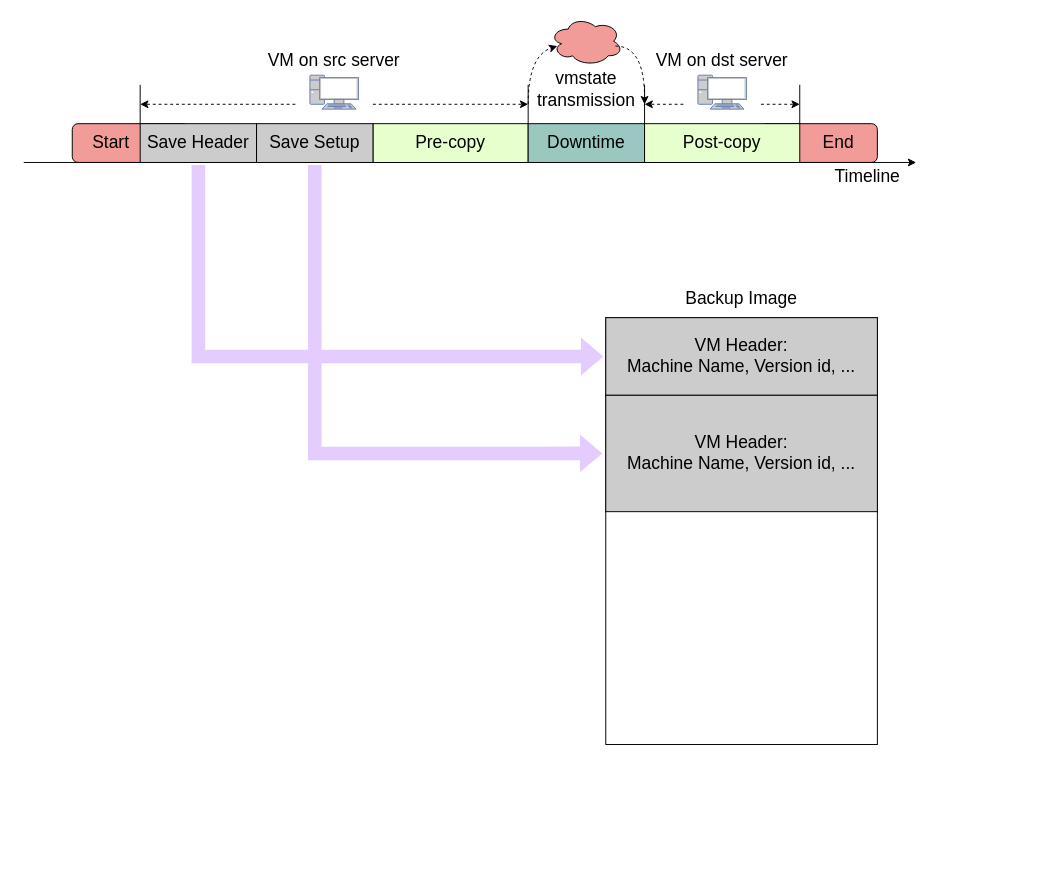
The draw.io diagram qemu-migration/final/backup img + replay.drawio in xuyizhe1999/drawio, before the edit. Source tidied: cells renumbered, new cells numbered last; positions are measured from the earlier drawing's top-left corner, leaving out a move shared by most shapes. Both pictures are drawn from the tidied source at 97%, with x=0, y=0 at pixel (23, 16).
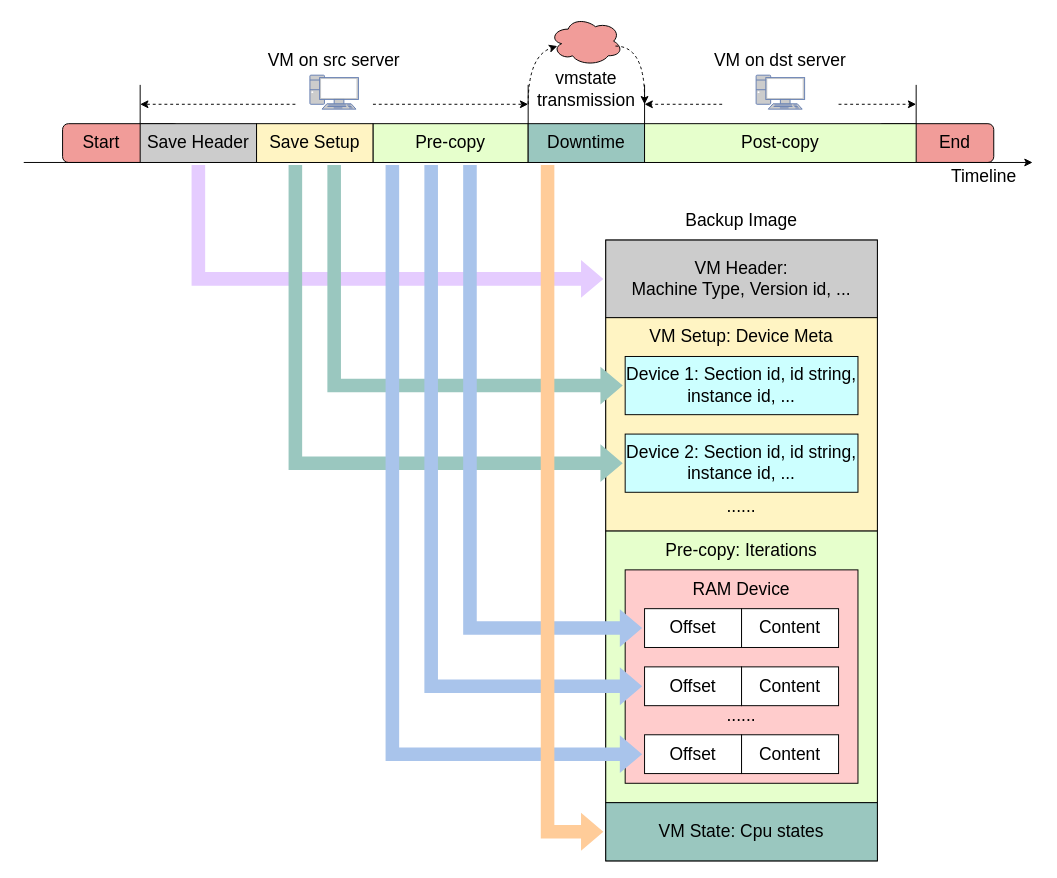
The same diagram, later.

Unchanged cells that the change refers to:
```xml
<mxCell id="7" value="Pre-copy" style="rounded=0;whiteSpace=wrap;html=1;fontSize=18;fillColor=#E6FFCC;" parent="1" vertex="1">
  <mxGeometry x="360" y="110" width="160" height="40" as="geometry" />
</mxCell>
```

What changed in the source:
```diff
@@
     <mxCell id="2" style="rounded=0;whiteSpace=wrap;html=1;" parent="1" vertex="1">
-      <mxGeometry x="600" y="310" width="280" height="440" as="geometry" />
+      <mxGeometry x="600" y="230" width="280" height="640" as="geometry" />
     </mxCell>
     <mxCell id="3" style="rounded=1;whiteSpace=wrap;html=1;fontSize=18;fillColor=#F19C99;" parent="1" vertex="1">
-      <mxGeometry x="760" y="110" width="120" height="40" as="geometry" />
+      <mxGeometry x="880" y="110" width="120" height="40" as="geometry" />
     </mxCell>
     <mxCell id="4" style="rounded=1;whiteSpace=wrap;html=1;fillColor=#F19C99;" parent="1" vertex="1">
-      <mxGeometry x="50" y="110" width="120" height="40" as="geometry" />
+      <mxGeometry x="40" y="110" width="120" height="40" as="geometry" />
     </mxCell>
     <mxCell id="5" value="&lt;font style=&quot;font-size: 18px;&quot;&gt;Start&lt;/font&gt;" style="text;html=1;strokeColor=none;fillColor=none;align=center;verticalAlign=middle;whiteSpace=wrap;rounded=0;" parent="1" vertex="1">
-      <mxGeometry x="60" y="115" width="60" height="30" as="geometry" />
+      <mxGeometry x="50" y="115" width="60" height="30" as="geometry" />
     </mxCell>
     <mxCell id="6" style="endArrow=classic;html=1;rounded=0;fontSize=18;" parent="1" edge="1">
       <mxGeometry relative="1" as="geometry">
         <mxPoint y="150" as="sourcePoint" />
-        <mxPoint x="920" y="150" as="targetPoint" />
+        <mxPoint x="1040" y="150" as="targetPoint" />
       </mxGeometry>
     </mxCell>
@@
     <mxCell id="9" value="Post-copy" style="rounded=0;whiteSpace=wrap;html=1;fontSize=18;fillColor=#E6FFCC;" parent="1" vertex="1">
-      <mxGeometry x="640" y="110" width="160" height="40" as="geometry" />
+      <mxGeometry x="640" y="110" width="280" height="40" as="geometry" />
     </mxCell>
     <mxCell id="10" value="&lt;font style=&quot;font-size: 18px;&quot;&gt;End&lt;/font&gt;" style="text;html=1;strokeColor=none;fillColor=none;align=center;verticalAlign=middle;whiteSpace=wrap;rounded=0;" parent="1" vertex="1">
-      <mxGeometry x="810" y="115" width="60" height="30" as="geometry" />
+      <mxGeometry x="930" y="115" width="60" height="30" as="geometry" />
     </mxCell>
     <mxCell id="11" value="Timeline" style="text;html=1;strokeColor=none;fillColor=none;align=center;verticalAlign=middle;whiteSpace=wrap;rounded=0;fontSize=18;" parent="1" vertex="1">
-      <mxGeometry x="820" y="150" width="100" height="30" as="geometry" />
+      <mxGeometry x="940" y="150" width="100" height="30" as="geometry" />
     </mxCell>
@@
     <mxCell id="19" style="endArrow=none;html=1;rounded=0;fontSize=18;" parent="1" edge="1">
       <mxGeometry relative="1" as="geometry">
-        <mxPoint x="800" y="110" as="sourcePoint" />
-        <mxPoint x="800" y="70" as="targetPoint" />
+        <mxPoint x="920" y="110" as="sourcePoint" />
+        <mxPoint x="920" y="70" as="targetPoint" />
       </mxGeometry>
     </mxCell>
     <mxCell id="20" style="fontColor=#0066CC;verticalAlign=top;verticalLabelPosition=bottom;labelPosition=center;align=center;html=1;fillColor=#CCCCCC;strokeColor=#6881B3;gradientColor=none;gradientDirection=north;strokeWidth=2;shape=mxgraph.networks.pc;fontSize=18;" parent="1" vertex="1">
-      <mxGeometry x="695" y="60" width="50" height="35" as="geometry" />
+      <mxGeometry x="755" y="60" width="50" height="35" as="geometry" />
     </mxCell>
     <mxCell id="21" style="endArrow=classic;html=1;rounded=0;fontSize=18;dashed=1;" parent="1" edge="1">
       <mxGeometry relative="1" as="geometry">
-        <mxPoint x="680" y="90" as="sourcePoint" />
+        <mxPoint x="720" y="90" as="sourcePoint" />
         <mxPoint x="640" y="90" as="targetPoint" />
       </mxGeometry>
     </mxCell>
     <mxCell id="22" style="endArrow=classic;html=1;rounded=0;fontSize=18;dashed=1;" parent="1" edge="1">
       <mxGeometry relative="1" as="geometry">
-        <mxPoint x="760" y="90" as="sourcePoint" />
-        <mxPoint x="800" y="90" as="targetPoint" />
+        <mxPoint x="840" y="90" as="sourcePoint" />
+        <mxPoint x="920" y="90" as="targetPoint" />
       </mxGeometry>
     </mxCell>
     <mxCell id="23" value="VM on dst server" style="text;html=1;strokeColor=none;fillColor=none;align=center;verticalAlign=middle;whiteSpace=wrap;rounded=0;fontSize=18;" parent="1" vertex="1">
-      <mxGeometry x="640" y="30" width="160" height="30" as="geometry" />
+      <mxGeometry x="700" y="30" width="160" height="30" as="geometry" />
     </mxCell>
@@
-    <mxCell id="29" value="Save Setup" style="rounded=0;whiteSpace=wrap;html=1;fontSize=18;fillColor=#CCCCCC;" parent="1" vertex="1">
+    <mxCell id="29" value="Save Setup" style="rounded=0;whiteSpace=wrap;html=1;fontSize=18;fillColor=#FFF4C3;" parent="1" vertex="1">
       <mxGeometry x="240" y="110" width="120" height="40" as="geometry" />
     </mxCell>
     <mxCell id="30" value="Backup Image" style="text;html=1;strokeColor=none;fillColor=none;align=center;verticalAlign=middle;whiteSpace=wrap;rounded=0;fontSize=18;" parent="1" vertex="1">
-      <mxGeometry x="660" y="270" width="160" height="40" as="geometry" />
+      <mxGeometry x="660" y="190" width="160" height="40" as="geometry" />
     </mxCell>
     <mxCell id="31" style="shape=flexArrow;endArrow=classic;html=1;rounded=0;entryX=0;entryY=0.5;entryDx=0;entryDy=0;strokeColor=none;fillColor=#E5CCFF;strokeWidth=5;" parent="1" edge="1" target="32">
       <mxGeometry relative="1" as="geometry">
         <mxPoint x="180" y="150" as="sourcePoint" />
         <Array as="points">
-          <mxPoint x="180" y="350" />
+          <mxPoint x="180" y="270" />
         </Array>
       </mxGeometry>
     </mxCell>
-    <mxCell id="32" value="&lt;font style=&quot;font-size: 18px;&quot;&gt;VM Header:&lt;br&gt;Machine Name, Version id, ...&lt;/font&gt;" style="rounded=0;whiteSpace=wrap;html=1;fillColor=#CCCCCC;" parent="1" vertex="1">
-      <mxGeometry x="600" y="310" width="280" height="80" as="geometry" />
+    <mxCell id="32" value="&lt;font style=&quot;font-size: 18px;&quot;&gt;VM Header:&lt;br&gt;Machine Type, Version id, ...&lt;/font&gt;" style="rounded=0;whiteSpace=wrap;html=1;fillColor=#CCCCCC;" parent="1" vertex="1">
+      <mxGeometry x="600" y="230" width="280" height="80" as="geometry" />
     </mxCell>
+    <mxCell id="34" value="&lt;font style=&quot;font-size: 18px;&quot;&gt;&lt;br&gt;&lt;/font&gt;" style="rounded=0;whiteSpace=wrap;html=1;fillColor=#FFF4C3;" parent="1" vertex="1">
+      <mxGeometry x="600" y="310" width="280" height="220" as="geometry" />
+    </mxCell>
+    <mxCell id="35" value="&lt;span style=&quot;font-size: 18px;&quot;&gt;Device 1: Section id, id string, &lt;br&gt;instance id, ...&lt;br&gt;&lt;/span&gt;" style="rounded=0;whiteSpace=wrap;html=1;fillColor=#CCFFFF;" parent="1" vertex="1">
+      <mxGeometry x="620" y="350" width="240" height="60" as="geometry" />
+    </mxCell>
+    <mxCell id="36" value="&lt;font style=&quot;font-size: 18px;&quot;&gt;VM Setup: Device Meta&lt;/font&gt;" style="text;html=1;strokeColor=none;fillColor=none;align=center;verticalAlign=middle;whiteSpace=wrap;rounded=0;" parent="1" vertex="1">
+      <mxGeometry x="600" y="310" width="280" height="40" as="geometry" />
+    </mxCell>
+    <mxCell id="37" value="&lt;span style=&quot;font-size: 18px;&quot;&gt;Device 2: Section id, id string, &lt;br&gt;instance id, ...&lt;br&gt;&lt;/span&gt;" style="rounded=0;whiteSpace=wrap;html=1;fillColor=#CCFFFF;" parent="1" vertex="1">
+      <mxGeometry x="620" y="430" width="240" height="60" as="geometry" />
+    </mxCell>
+    <mxCell id="38" value="&lt;font style=&quot;font-size: 18px;&quot;&gt;......&lt;/font&gt;" style="text;html=1;strokeColor=none;fillColor=none;align=center;verticalAlign=middle;whiteSpace=wrap;rounded=0;" parent="1" vertex="1">
+      <mxGeometry x="710" y="490" width="60" height="30" as="geometry" />
+    </mxCell>
+    <mxCell id="39" style="rounded=0;whiteSpace=wrap;html=1;fillColor=#E6FFCC;" parent="1" vertex="1">
+      <mxGeometry x="600" y="530" width="280" height="280" as="geometry" />
+    </mxCell>
+    <mxCell id="40" value="&lt;font style=&quot;font-size: 18px;&quot;&gt;Pre-copy: Iterations&lt;/font&gt;" style="text;html=1;strokeColor=none;fillColor=none;align=center;verticalAlign=middle;whiteSpace=wrap;rounded=0;" parent="1" vertex="1">
+      <mxGeometry x="600" y="530" width="280" height="40" as="geometry" />
+    </mxCell>
+    <mxCell id="41" style="rounded=0;whiteSpace=wrap;html=1;fillColor=#FFCCCC;" parent="1" vertex="1">
+      <mxGeometry x="620" y="570" width="240" height="220" as="geometry" />
+    </mxCell>
+    <mxCell id="42" value="&lt;font style=&quot;font-size: 18px;&quot;&gt;Offset&lt;/font&gt;" style="rounded=0;whiteSpace=wrap;html=1;" parent="1" vertex="1">
+      <mxGeometry x="640" y="610" width="100" height="40" as="geometry" />
+    </mxCell>
+    <mxCell id="43" value="&lt;font style=&quot;font-size: 18px;&quot;&gt;Content&lt;/font&gt;" style="rounded=0;whiteSpace=wrap;html=1;" parent="1" vertex="1">
+      <mxGeometry x="740" y="610" width="100" height="40" as="geometry" />
+    </mxCell>
+    <mxCell id="44" value="&lt;font style=&quot;font-size: 18px;&quot;&gt;RAM Device&lt;/font&gt;" style="text;html=1;strokeColor=none;fillColor=none;align=center;verticalAlign=middle;whiteSpace=wrap;rounded=0;" parent="1" vertex="1">
+      <mxGeometry x="620" y="570" width="240" height="40" as="geometry" />
+    </mxCell>
+    <mxCell id="45" value="&lt;font style=&quot;font-size: 18px;&quot;&gt;Offset&lt;/font&gt;" style="rounded=0;whiteSpace=wrap;html=1;" parent="1" vertex="1">
+      <mxGeometry x="640" y="670" width="100" height="40" as="geometry" />
+    </mxCell>
+    <mxCell id="46" value="&lt;font style=&quot;font-size: 18px;&quot;&gt;Content&lt;/font&gt;" style="rounded=0;whiteSpace=wrap;html=1;" parent="1" vertex="1">
+      <mxGeometry x="740" y="670" width="100" height="40" as="geometry" />
+    </mxCell>
+    <mxCell id="47" value="&lt;font style=&quot;font-size: 18px;&quot;&gt;......&lt;/font&gt;" style="text;html=1;strokeColor=none;fillColor=none;align=center;verticalAlign=middle;whiteSpace=wrap;rounded=0;" parent="1" vertex="1">
+      <mxGeometry x="710" y="710" width="60" height="20" as="geometry" />
+    </mxCell>
+    <mxCell id="48" value="&lt;font style=&quot;font-size: 18px;&quot;&gt;Offset&lt;/font&gt;" style="rounded=0;whiteSpace=wrap;html=1;" parent="1" vertex="1">
+      <mxGeometry x="640" y="740" width="100" height="40" as="geometry" />
+    </mxCell>
+    <mxCell id="49" value="&lt;font style=&quot;font-size: 18px;&quot;&gt;Content&lt;/font&gt;" style="rounded=0;whiteSpace=wrap;html=1;" parent="1" vertex="1">
+      <mxGeometry x="740" y="740" width="100" height="40" as="geometry" />
+    </mxCell>
-    <mxCell id="33" style="shape=flexArrow;endArrow=classic;html=1;rounded=0;entryX=-0.004;entryY=0.318;entryDx=0;entryDy=0;strokeColor=none;fillColor=#E5CCFF;strokeWidth=5;entryPerimeter=0;" parent="1" edge="1" target="2">
+    <mxCell id="33" style="shape=flexArrow;endArrow=classic;html=1;rounded=0;entryX=0;entryY=0.5;entryDx=0;entryDy=0;strokeColor=none;fillColor=#9AC7BF;strokeWidth=5;" parent="1" edge="1" target="37">
       <mxGeometry relative="1" as="geometry">
-        <mxPoint x="300" y="150" as="sourcePoint" />
+        <mxPoint x="280" y="150" as="sourcePoint" />
         <Array as="points">
-          <mxPoint x="300" y="450" />
+          <mxPoint x="280" y="460" />
         </Array>
       </mxGeometry>
     </mxCell>
-    <mxCell id="34" value="&lt;font style=&quot;font-size: 18px;&quot;&gt;VM Header:&lt;br&gt;Machine Name, Version id, ...&lt;/font&gt;" style="rounded=0;whiteSpace=wrap;html=1;fillColor=#CCCCCC;" parent="1" vertex="1">
-      <mxGeometry x="600" y="390" width="280" height="120" as="geometry" />
-    </mxCell>
+    <mxCell id="50" style="shape=flexArrow;endArrow=classic;html=1;rounded=0;entryX=0;entryY=0.5;entryDx=0;entryDy=0;strokeColor=none;fillColor=#9AC7BF;strokeWidth=5;" parent="1" edge="1" target="35">
+      <mxGeometry relative="1" as="geometry">
+        <mxPoint x="320" y="150" as="sourcePoint" />
+        <Array as="points">
+          <mxPoint x="320" y="380" />
+        </Array>
+      </mxGeometry>
+    </mxCell>
+    <mxCell id="51" style="shape=flexArrow;endArrow=classic;html=1;rounded=0;entryX=0;entryY=1;entryDx=0;entryDy=0;strokeColor=none;fillColor=#A9C4EB;strokeWidth=5;" parent="1" edge="1">
+      <mxGeometry relative="1" as="geometry">
+        <mxPoint x="380" y="150" as="sourcePoint" />
+        <mxPoint x="640" y="760" as="targetPoint" />
+        <Array as="points">
+          <mxPoint x="380" y="760" />
+        </Array>
+      </mxGeometry>
+    </mxCell>
+    <mxCell id="52" style="shape=flexArrow;endArrow=classic;html=1;rounded=0;entryX=0;entryY=1;entryDx=0;entryDy=0;strokeColor=none;fillColor=#A9C4EB;strokeWidth=5;" parent="1" edge="1">
+      <mxGeometry relative="1" as="geometry">
+        <mxPoint x="420" y="150" as="sourcePoint" />
+        <mxPoint x="640" y="690" as="targetPoint" />
+        <Array as="points">
+          <mxPoint x="420" y="690" />
+        </Array>
+      </mxGeometry>
+    </mxCell>
+    <mxCell id="53" style="shape=flexArrow;endArrow=classic;html=1;rounded=0;entryX=0;entryY=1;entryDx=0;entryDy=0;strokeColor=none;fillColor=#A9C4EB;strokeWidth=5;exitX=0.625;exitY=1;exitDx=0;exitDy=0;exitPerimeter=0;" parent="1" edge="1" source="7">
+      <mxGeometry relative="1" as="geometry">
+        <mxPoint x="640" y="630" as="targetPoint" />
+        <Array as="points">
+          <mxPoint x="460" y="630" />
+        </Array>
+      </mxGeometry>
+    </mxCell>
+    <mxCell id="54" style="shape=flexArrow;endArrow=classic;html=1;rounded=0;entryX=0;entryY=0.5;entryDx=0;entryDy=0;strokeColor=none;fillColor=#FFCC99;strokeWidth=5;exitX=0.625;exitY=1;exitDx=0;exitDy=0;exitPerimeter=0;" parent="1" edge="1" target="55">
+      <mxGeometry relative="1" as="geometry">
+        <mxPoint x="540" y="150" as="sourcePoint" />
+        <Array as="points">
+          <mxPoint x="540" y="840" />
+        </Array>
+      </mxGeometry>
+    </mxCell>
+    <mxCell id="55" value="&lt;font style=&quot;font-size: 18px;&quot;&gt;VM State: Cpu states&lt;/font&gt;" style="rounded=0;whiteSpace=wrap;html=1;fillColor=#9AC7BF;" parent="1" vertex="1">
+      <mxGeometry x="600" y="810" width="280" height="60" as="geometry" />
+    </mxCell>
```
